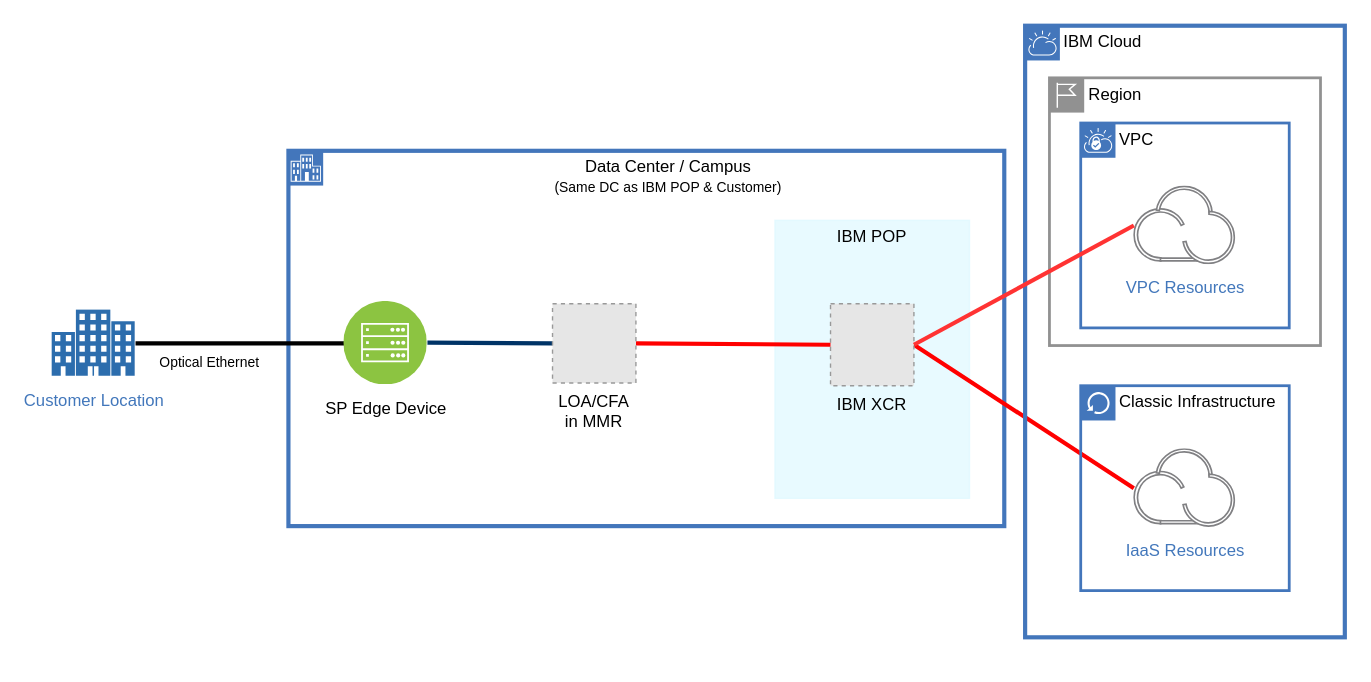
This is drawio/templates/ibm_direct_link_dedicated_customer_on_premises facility.drawio from ibm-cloud-architecture/ibm-cloud-stencils, a draw.io file, before an edit. Source tidied: cells renumbered, new cells numbered last; positions are measured from the earlier drawing's top-left corner, leaving out a move shared by most shapes. Both pictures are drawn from the tidied source at 139%, with x=0, y=0 at pixel (51, 25). Pictures stored in the file or linked from it are replaced by grey dashed boxes.
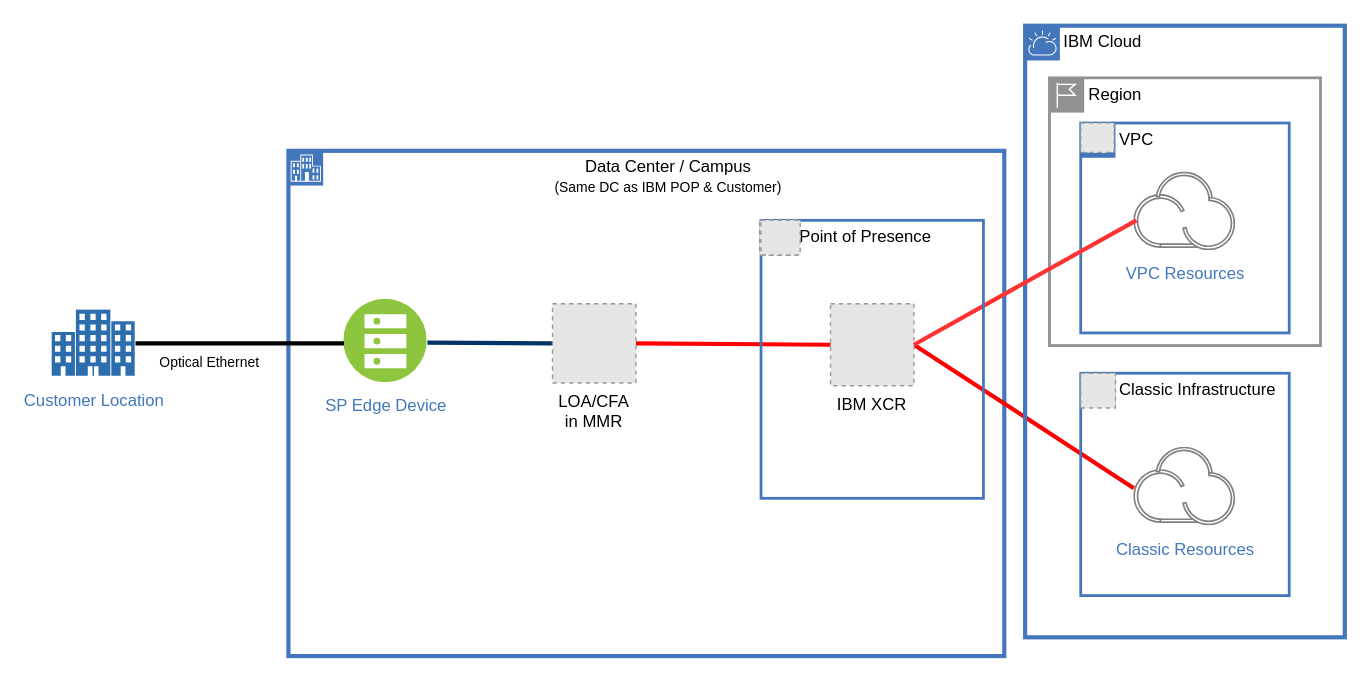
The same page after the edit.

The change refers to these unchanged cells:
```xml
<mxCell id="6" value="IBM XCR" style="fillColor=#E6E6E6;strokeColor=#999999;dashed=1;verticalLabelPosition=bottom;labelBackgroundColor=none;verticalAlign=top;" parent="1" vertex="1">
  <mxGeometry x="560" y="200" width="60" height="59" as="geometry" />
</mxCell>
<mxCell id="8" value="Customer Location" style="perimeter=ellipsePerimeter;html=1;align=center;shadow=0;dashed=0;fontColor=#4277BB;labelBackgroundColor=#ffffff;fontSize=12;spacingTop=3;image;image=img/lib/ibm/vpc/Enterprise2.svg;" parent="1" vertex="1">
  <mxGeometry y="204.5" width="60" height="48" as="geometry" />
</mxCell>
<mxCell id="13" value="IBM Cloud" style="shape=mxgraph.ibm.box;prType=cloud;fontStyle=0;verticalAlign=top;align=left;spacingLeft=32;spacingTop=4;fillColor=none;rounded=0;whiteSpace=wrap;html=1;strokeColor=#4376BB;strokeWidth=3;dashed=0;spacing=-4;" parent="1" vertex="1">
  <mxGeometry x="700" width="230" height="440" as="geometry" />
</mxCell>
<mxCell id="16" value="Region" style="shape=mxgraph.ibm.box;prType=region;fontStyle=0;verticalAlign=top;align=left;spacingLeft=32;spacingTop=4;fillColor=none;rounded=0;whiteSpace=wrap;html=1;strokeColor=#919191;strokeWidth=2;dashed=0;spacing=-4;" parent="13" vertex="1">
  <mxGeometry x="17.5" y="37.5" width="195" height="192.6" as="geometry" />
</mxCell>
```

Diff of the diagram source:
```diff
@@
     <mxCell id="2" value="Data Center / Campus&lt;br&gt;&lt;font style=&quot;font-size: 10px&quot;&gt;(Same DC as IBM POP &amp;amp; Customer)&lt;/font&gt;" style="shape=mxgraph.ibm.box;prType=enterprise;fontStyle=0;verticalAlign=top;align=center;spacingLeft=32;spacingTop=4;fillColor=none;rounded=0;whiteSpace=wrap;html=1;strokeColor=#4376BB;strokeWidth=3;dashed=0;spacing=-4;" parent="1" vertex="1">
-      <mxGeometry x="170" y="90" width="515" height="270" as="geometry" />
+      <mxGeometry x="170" y="90" width="515" height="363.5" as="geometry" />
     </mxCell>
-    <mxCell id="3" value="&lt;span&gt;IBM POP&lt;/span&gt;" style="fontStyle=0;verticalAlign=top;align=center;spacingTop=-2;fillColor=#DFF8FF;rounded=0;whiteSpace=wrap;html=1;strokeColor=#DFF8FF;strokeWidth=1;dashed=0;opacity=70;" parent="1" vertex="1">
-      <mxGeometry x="520" y="140" width="140" height="200" as="geometry" />
-    </mxCell>
+    <mxCell id="12" value="SP Edge Device" style="perimeter=ellipsePerimeter;html=1;align=center;shadow=0;dashed=0;fontColor=#4277BB;labelBackgroundColor=#ffffff;fontSize=12;spacingTop=3;image;image=img/lib/ibm/vpc/BareMetalServer.svg;fillColor=none;" parent="2" vertex="1">
+      <mxGeometry x="40" y="106.9" width="60" height="60" as="geometry" />
+    </mxCell>
@@
-    <mxCell id="5" style="edgeStyle=none;rounded=0;jettySize=auto;html=1;exitX=1;exitY=0.5;exitDx=0;exitDy=0;endArrow=none;endFill=0;strokeColor=#FF0000;strokeWidth=3;entryX=0;entryY=0.5;entryDx=0;entryDy=0;" parent="1" edge="1" source="6" target="15">
-      <mxGeometry relative="1" as="geometry" />
+    <mxCell id="5" style="edgeStyle=none;rounded=0;jettySize=auto;html=1;exitX=1;exitY=0.5;exitDx=0;exitDy=0;endArrow=none;endFill=0;strokeColor=#FF0000;strokeWidth=3;entryX=0;entryY=0.5;entryDx=0;entryDy=0;" parent="1" edge="1" source="6">
+      <mxGeometry relative="1" as="geometry">
+        <mxPoint x="778.2" y="332.7" as="targetPoint" />
+      </mxGeometry>
     </mxCell>
@@
-    <mxCell id="10" style="rounded=0;jettySize=auto;html=1;exitX=0;exitY=0.5;exitDx=0;exitDy=0;entryX=1;entryY=0.5;entryDx=0;entryDy=0;strokeWidth=3;fontColor=#000000;endArrow=none;endFill=0;" parent="1" edge="1" source="12" target="8">
-      <mxGeometry relative="1" as="geometry" />
+    <mxCell id="10" style="rounded=0;jettySize=auto;html=1;exitX=0;exitY=0.5;exitDx=0;exitDy=0;entryX=1;entryY=0.5;entryDx=0;entryDy=0;strokeWidth=3;fontColor=#000000;endArrow=none;endFill=0;" parent="1" edge="1" target="8">
+      <mxGeometry relative="1" as="geometry">
+        <mxPoint x="210" y="228.5" as="sourcePoint" />
+      </mxGeometry>
     </mxCell>
@@
-    <mxCell id="12" value="SP Edge Device" style="perimeter=ellipsePerimeter;html=1;align=center;shadow=0;dashed=0;fontColor=#000000;labelBackgroundColor=#ffffff;fontSize=12;spacingTop=3;image;image=img/lib/ibm/infrastructure/mobile_backend.svg;" parent="1" vertex="1">
-      <mxGeometry x="210" y="198.5" width="60" height="60" as="geometry" />
-    </mxCell>
@@
-    <mxCell id="14" value="Classic Infrastructure" style="shape=mxgraph.ibm.box;prType=classic;fontStyle=0;verticalAlign=top;align=left;spacingLeft=32;spacingTop=4;fillColor=none;rounded=0;whiteSpace=wrap;html=1;strokeColor=#4376BB;strokeWidth=2;dashed=0;spacing=-4;" parent="13" vertex="1">
-      <mxGeometry x="40" y="259" width="150" height="147.4" as="geometry" />
-    </mxCell>
-    <mxCell id="15" value="IaaS Resources" style="perimeter=ellipsePerimeter;html=1;align=center;shadow=0;dashed=0;fontColor=#4277BB;labelBackgroundColor=#ffffff;fontSize=12;spacingTop=3;image;image=img/lib/ibm/miscellaneous/ibm_public_cloud.svg;" parent="14" vertex="1">
-      <mxGeometry x="38.2" y="45.4" width="73.7" height="56.7" as="geometry" />
-    </mxCell>
@@
     <mxCell id="17" value="VPC" style="shape=mxgraph.ibm.box;prType=vpc;fontStyle=0;verticalAlign=top;align=left;spacingLeft=32;spacingTop=4;fillColor=none;rounded=0;whiteSpace=wrap;html=1;strokeColor=#4376BB;strokeWidth=2;dashed=0;spacing=-4;" parent="16" vertex="1">
-      <mxGeometry x="22.5" y="32.5" width="150" height="147.4" as="geometry" />
+      <mxGeometry x="22.5" y="32.5" width="150" height="151" as="geometry" />
     </mxCell>
+    <mxCell id="20" style="fillColor=#E6E6E6;strokeColor=#999999;dashed=1;" parent="17" vertex="1">
+      <mxGeometry width="24" height="21.1" as="geometry" />
+    </mxCell>
     <mxCell id="18" value="VPC Resources" style="perimeter=ellipsePerimeter;html=1;align=center;shadow=0;dashed=0;fontColor=#4277BB;labelBackgroundColor=#ffffff;fontSize=12;spacingTop=3;image;image=img/lib/ibm/miscellaneous/ibm_public_cloud.svg;" parent="17" vertex="1">
-      <mxGeometry x="38.2" y="45.4" width="73.7" height="56.7" as="geometry" />
+      <mxGeometry x="38.2" y="35.4" width="73.7" height="56.7" as="geometry" />
     </mxCell>
+    <mxCell id="14" value="Classic Infrastructure" style="shape=mxgraph.ibm.box;prType=classic;fontStyle=0;verticalAlign=top;align=left;spacingLeft=32;spacingTop=4;fillColor=none;rounded=0;whiteSpace=wrap;html=1;strokeColor=#4376BB;strokeWidth=2;dashed=0;spacing=-4;" parent="13" vertex="1">
+      <mxGeometry x="40" y="250" width="150" height="160" as="geometry" />
+    </mxCell>
+    <mxCell id="21" style="fillColor=#E6E6E6;strokeColor=#999999;dashed=1;verticalLabelPosition=bottom;labelBackgroundColor=#ffffff;verticalAlign=top;" parent="14" vertex="1">
+      <mxGeometry width="25" height="25" as="geometry" />
+    </mxCell>
+    <mxCell id="22" value="Classic Resources" style="perimeter=ellipsePerimeter;html=1;align=center;shadow=0;dashed=0;fontColor=#4277BB;labelBackgroundColor=#ffffff;fontSize=12;spacingTop=3;image;image=img/lib/ibm/miscellaneous/ibm_public_cloud.svg;" parent="14" vertex="1">
+      <mxGeometry x="38.2" y="53.3" width="73.7" height="56.7" as="geometry" />
+    </mxCell>
-    <mxCell id="19" style="rounded=0;jettySize=auto;html=1;exitX=0;exitY=0.5;exitDx=0;exitDy=0;entryX=1;entryY=0.5;entryDx=0;entryDy=0;endArrow=none;endFill=0;strokeColor=#FF3333;strokeWidth=3;" parent="1" edge="1" source="18" target="6">
-      <mxGeometry relative="1" as="geometry" />
+    <mxCell id="19" style="rounded=0;jettySize=auto;html=1;entryX=1;entryY=0.5;entryDx=0;entryDy=0;endArrow=none;endFill=0;strokeColor=#FF3333;strokeWidth=3;" parent="1" edge="1" target="6">
+      <mxGeometry relative="1" as="geometry">
+        <mxPoint x="780" y="140" as="sourcePoint" />
+      </mxGeometry>
     </mxCell>
+    <mxCell id="23" value="Point of Presence" style="shape=mxgraph.ibm.box;prType=pop;fontStyle=0;verticalAlign=top;align=left;spacingLeft=32;spacingTop=4;fillColor=none;rounded=0;whiteSpace=wrap;html=1;strokeColor=#4376BB;strokeWidth=2;dashed=0;spacing=-4;" parent="1" vertex="1">
+      <mxGeometry x="510" y="140" width="160" height="200" as="geometry" />
+    </mxCell>
+    <mxCell id="24" style="fillColor=#E6E6E6;strokeColor=#999999;dashed=1;verticalLabelPosition=bottom;labelBackgroundColor=#ffffff;verticalAlign=top;" parent="23" vertex="1">
+      <mxGeometry width="25" height="25" as="geometry" />
+    </mxCell>
+    <mxCell id="25" style="fillColor=#E6E6E6;strokeColor=#999999;dashed=1;" parent="23" vertex="1">
+      <mxGeometry x="-1" width="28.1" height="25" as="geometry" />
+    </mxCell>
+    <mxCell id="26" style="fillColor=#E6E6E6;strokeColor=#999999;dashed=1;" parent="23" vertex="1">
+      <mxGeometry width="28.2" height="25" as="geometry" />
+    </mxCell>
```
